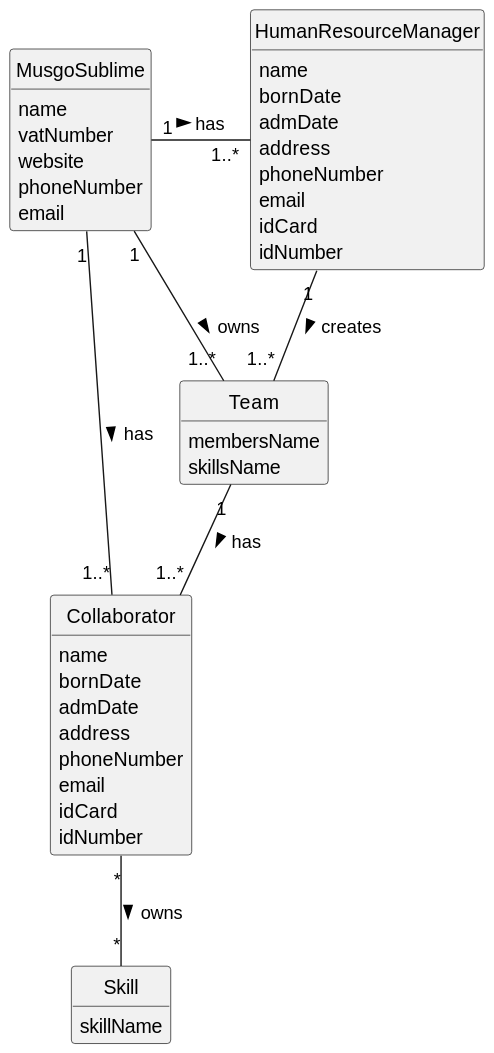
The PlantUML diagram docs/sprintA/us005/02.analysis/svg/us005-domain-model.svg in 1231360-ISEP/lei-24-s2-1db-g021, before a commit.
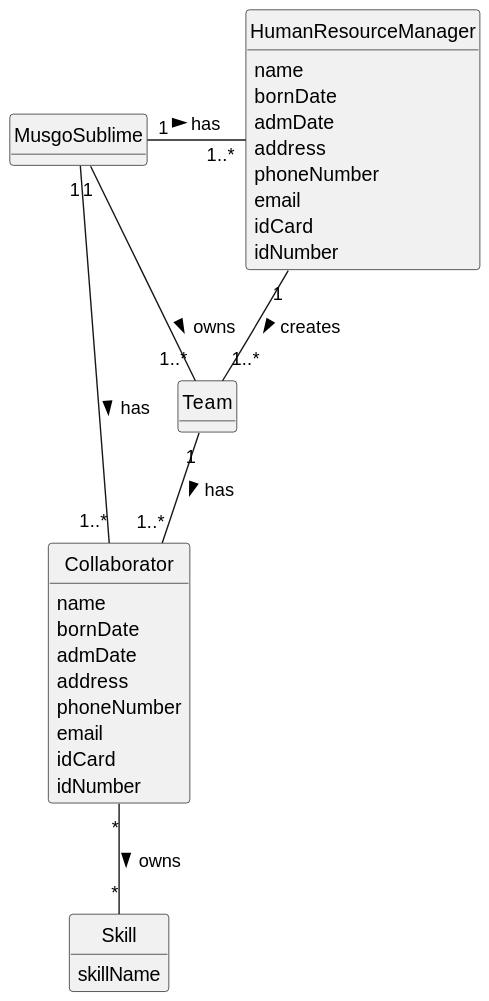
Later version of the same file.

Commit message:
Update the US01 and US05 Domain Model and SVG´s

What changed in the source:
```diff
@@ -9,11 +9,6 @@
 hide methods
 
 class MusgoSublime {
-    name
-    vatNumber
-    website
-    phoneNumber
-    email
 }
 
 class HumanResourceManager {
@@ -43,8 +38,6 @@
 }
 
 class Team {
-    membersName
-    skillsName
 }
 
 MusgoSublime "1" - "1..*" Collaborator: has >
```
